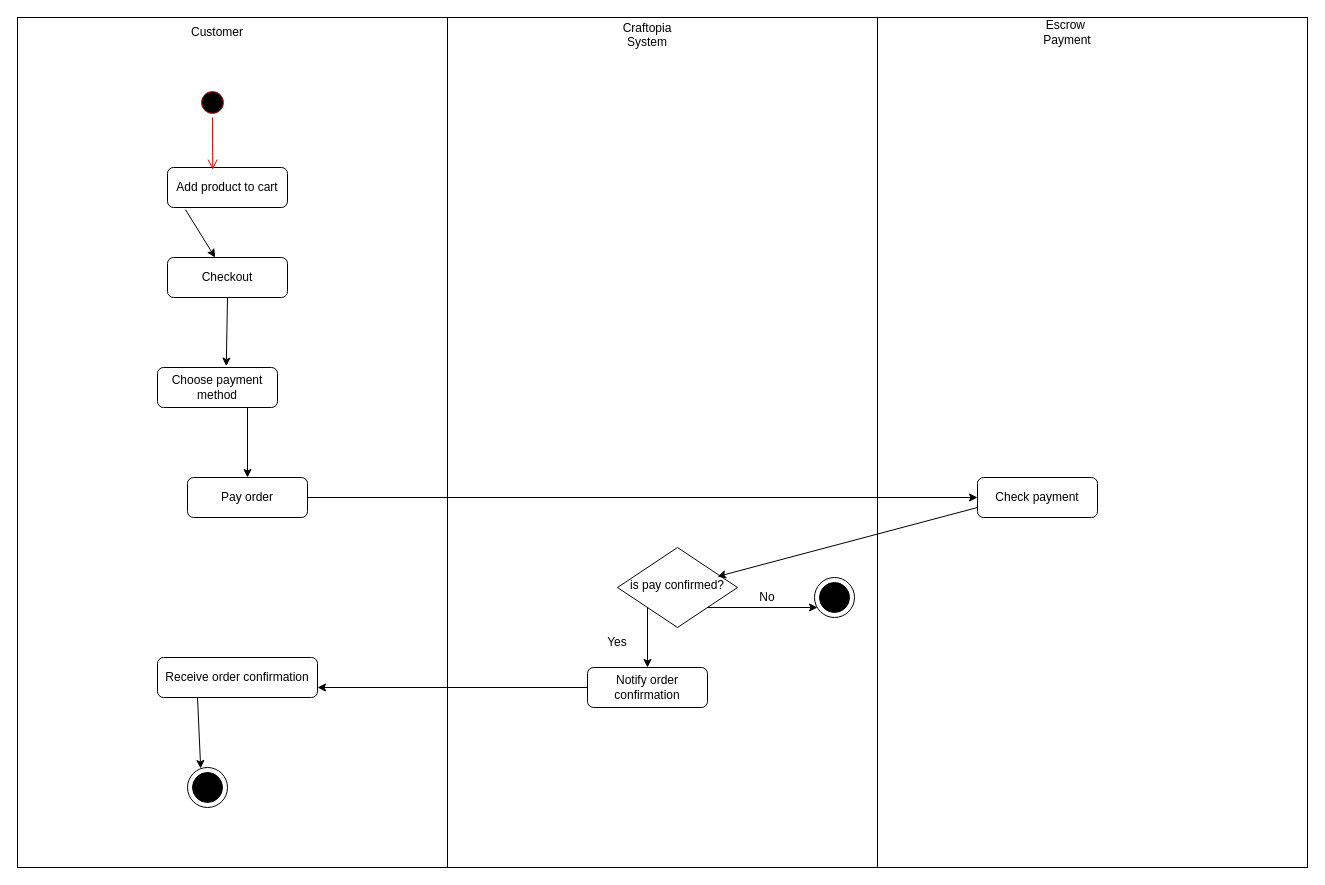
Earlier version of the draw.io diagram Activity diagram/placeOrder.drawio (alibedair/Graduation-Project). Source tidied: cells renumbered, new cells numbered last; positions are measured from the earlier drawing's top-left corner, leaving out a move shared by most shapes. Both pictures are drawn from the tidied source at 100%, with x=0, y=0 at pixel (17, 17).
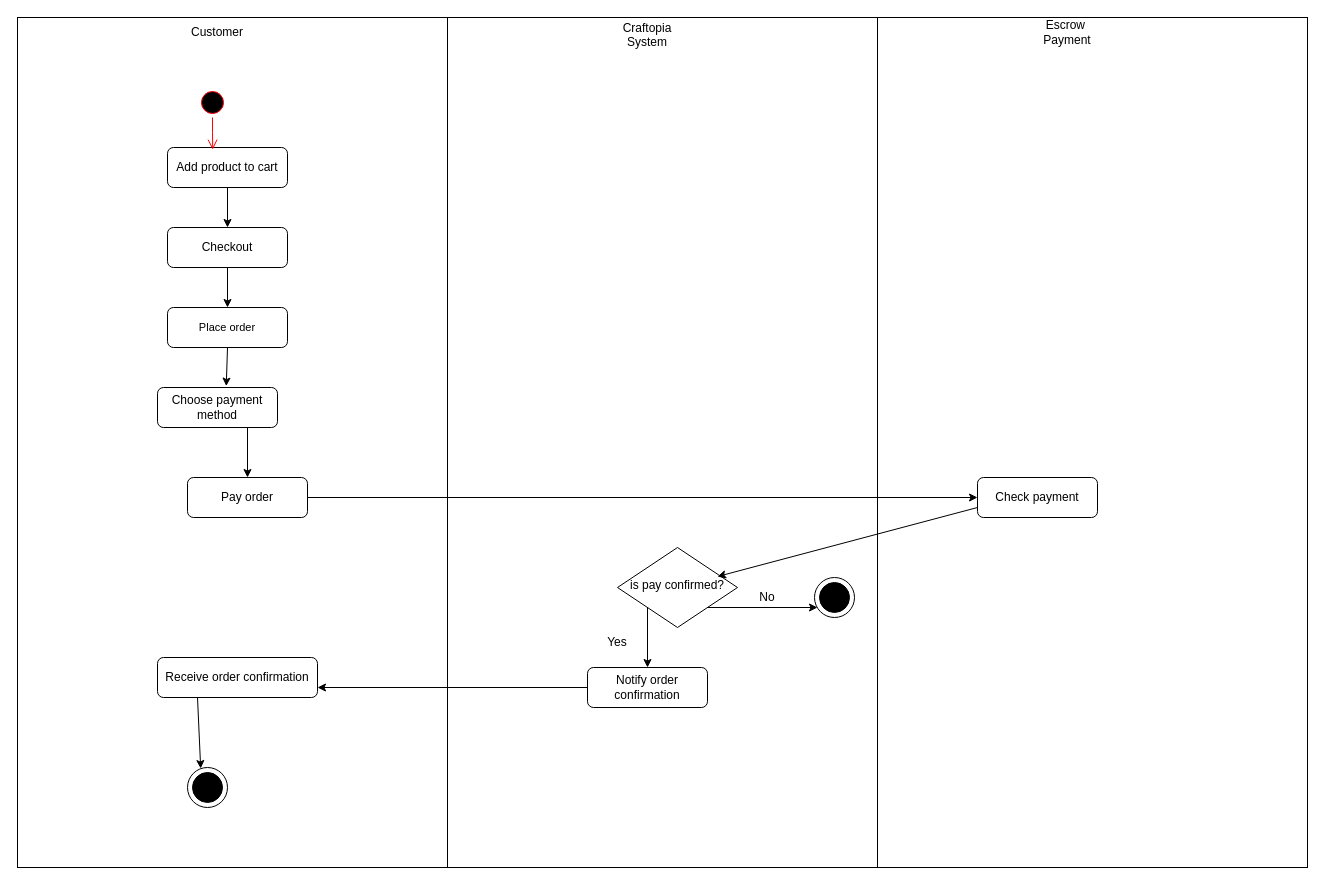
The same page after the edit.

Commit message (it also covers changes not shown here):
handle activity and sequence

The edit, as a diff of the source:
```diff
@@
+    <mxCell id="32" style="edgeStyle=orthogonalEdgeStyle;rounded=0;jettySize=auto;html=1;" parent="1" edge="1" source="5" target="34">
+      <mxGeometry relative="1" as="geometry" />
+    </mxCell>
     <mxCell id="5" value="Add product to cart" style="rounded=1;whiteSpace=wrap;html=1;fontSize=12;glass=0;strokeWidth=1;shadow=0;" parent="1" vertex="1">
-      <mxGeometry x="150" y="150" width="120" height="40" as="geometry" />
+      <mxGeometry x="150" y="130" width="120" height="40" as="geometry" />
     </mxCell>
@@
-    <mxCell id="10" value="Checkout" style="rounded=1;whiteSpace=wrap;html=1;fontSize=12;glass=0;strokeWidth=1;shadow=0;" parent="1" vertex="1">
-      <mxGeometry x="150" y="240" width="120" height="40" as="geometry" />
+    <mxCell id="10" value="&lt;span style=&quot;font-size: 11px; text-wrap: nowrap; background-color: rgb(255, 255, 255);&quot;&gt;Place order&lt;/span&gt;" style="rounded=1;whiteSpace=wrap;html=1;fontSize=12;glass=0;strokeWidth=1;shadow=0;" parent="1" vertex="1">
+      <mxGeometry x="150" y="290" width="120" height="40" as="geometry" />
     </mxCell>
@@
-    <mxCell id="13" style="endArrow=classic;html=1;rounded=0;exitX=0.15;exitY=1.055;exitDx=0;exitDy=0;exitPerimeter=0;" parent="1" edge="1" source="5" target="10">
-      <mxGeometry relative="1" as="geometry" />
-    </mxCell>
@@
     <mxCell id="21" value="Choose payment method" style="rounded=1;whiteSpace=wrap;html=1;fontSize=12;glass=0;strokeWidth=1;shadow=0;" parent="1" vertex="1">
-      <mxGeometry x="140" y="350" width="120" height="40" as="geometry" />
+      <mxGeometry x="140" y="370" width="120" height="40" as="geometry" />
     </mxCell>
@@
+    <mxCell id="33" style="edgeStyle=orthogonalEdgeStyle;rounded=0;jettySize=auto;html=1;" parent="1" edge="1" source="34" target="10">
+      <mxGeometry relative="1" as="geometry" />
+    </mxCell>
+    <mxCell id="34" value="Checkout" style="rounded=1;whiteSpace=wrap;html=1;fontSize=12;glass=0;strokeWidth=1;shadow=0;" parent="1" vertex="1">
+      <mxGeometry x="150" y="210" width="120" height="40" as="geometry" />
+    </mxCell>
```
